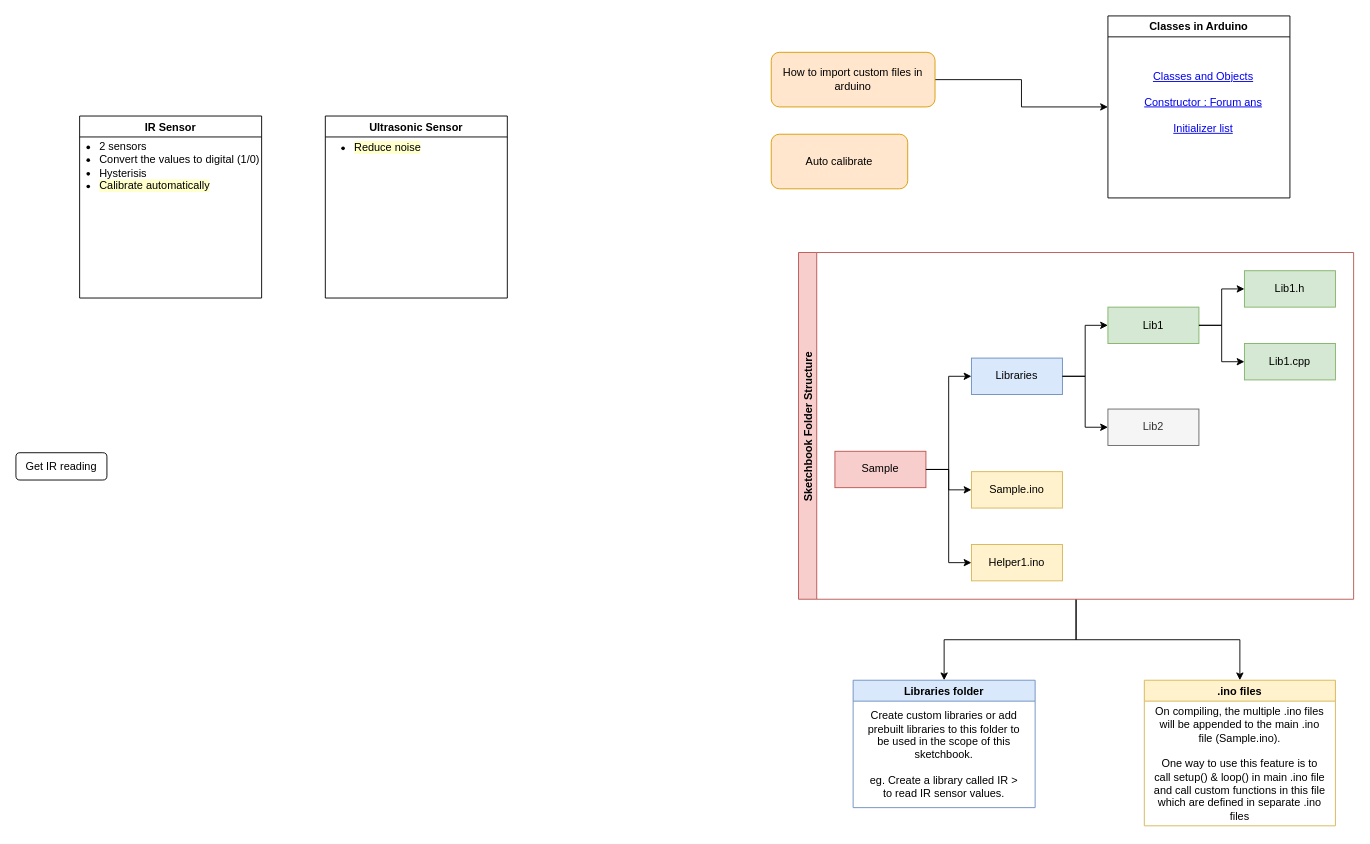
nivalf/Hubris_navigator_manipulator_robot keeps this draw.io diagram as Code/Code Flow.drawio. Above is the earlier version. Source tidied: cells renumbered, new cells numbered last; positions are measured from the earlier drawing's top-left corner, leaving out a move shared by most shapes. Both pictures are drawn from the tidied source at 91%, with x=0, y=0 at pixel (15, 15).
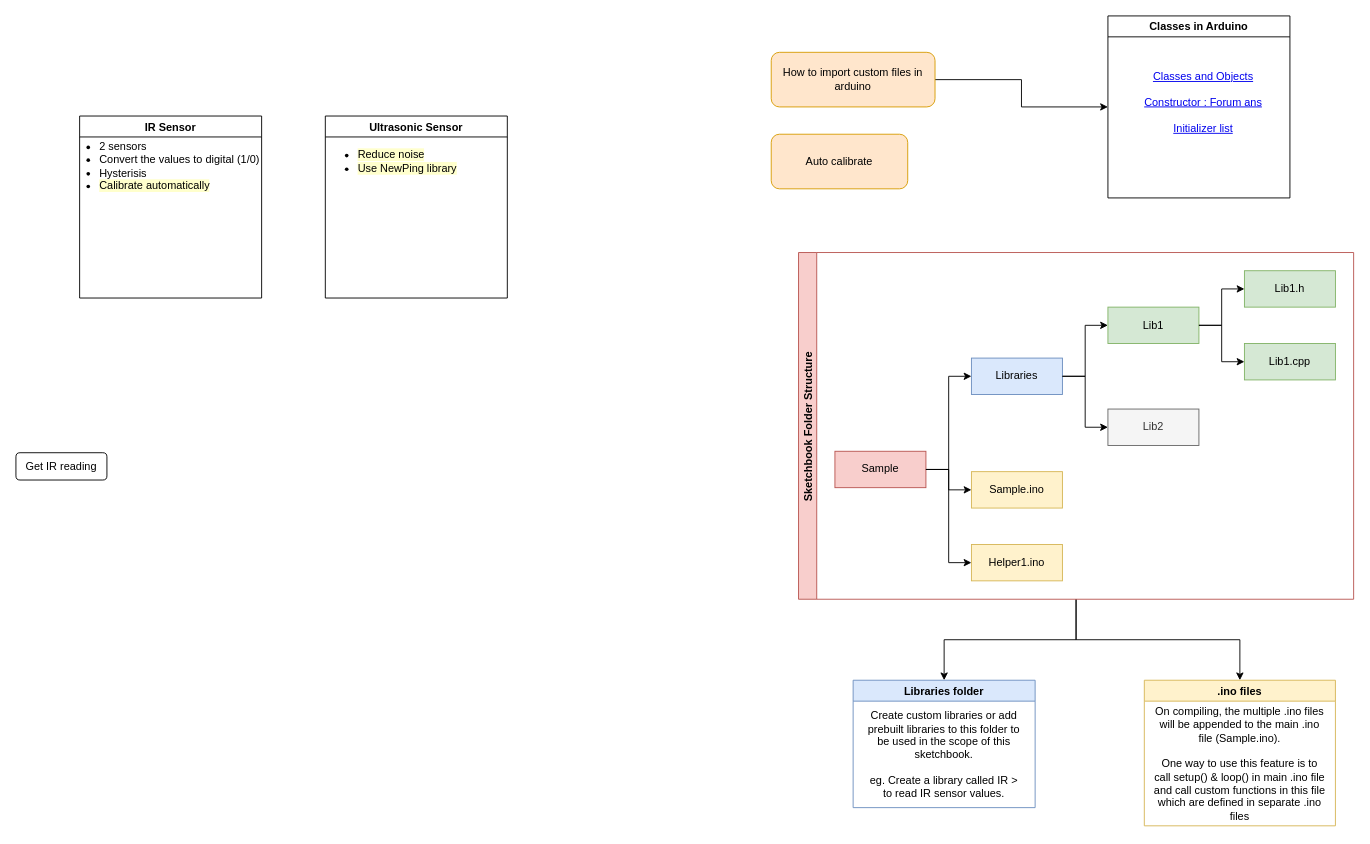
The same diagram, later.

Unchanged cells that the change refers to:
```xml
<mxCell id="4" value="Ultrasonic Sensor" style="swimlane;" parent="1" vertex="1">
  <mxGeometry x="340" y="110" width="200" height="200" as="geometry" />
</mxCell>
```

The edit, as a diff of the source:
```diff
@@
-    <mxCell id="5" value="&lt;ul&gt;&lt;li&gt;&lt;span style=&quot;background-color: rgb(255, 255, 204);&quot;&gt;Reduce noise&lt;/span&gt;&lt;/li&gt;&lt;/ul&gt;" style="text;html=1;strokeColor=none;fillColor=none;align=left;verticalAlign=middle;whiteSpace=wrap;rounded=0;" parent="4" vertex="1">
-      <mxGeometry x="-10" y="10" width="220" height="50" as="geometry" />
+    <mxCell id="5" value="&lt;ul&gt;&lt;li&gt;&lt;span style=&quot;background-color: rgb(255, 255, 204);&quot;&gt;Reduce noise&lt;/span&gt;&lt;/li&gt;&lt;li&gt;&lt;span style=&quot;background-color: rgb(255, 255, 204);&quot;&gt;Use NewPing library&lt;/span&gt;&lt;/li&gt;&lt;/ul&gt;" style="text;html=1;strokeColor=none;fillColor=none;align=left;verticalAlign=middle;whiteSpace=wrap;rounded=0;" parent="4" vertex="1">
+      <mxGeometry x="-6" y="25" width="220" height="50" as="geometry" />
     </mxCell>
```
